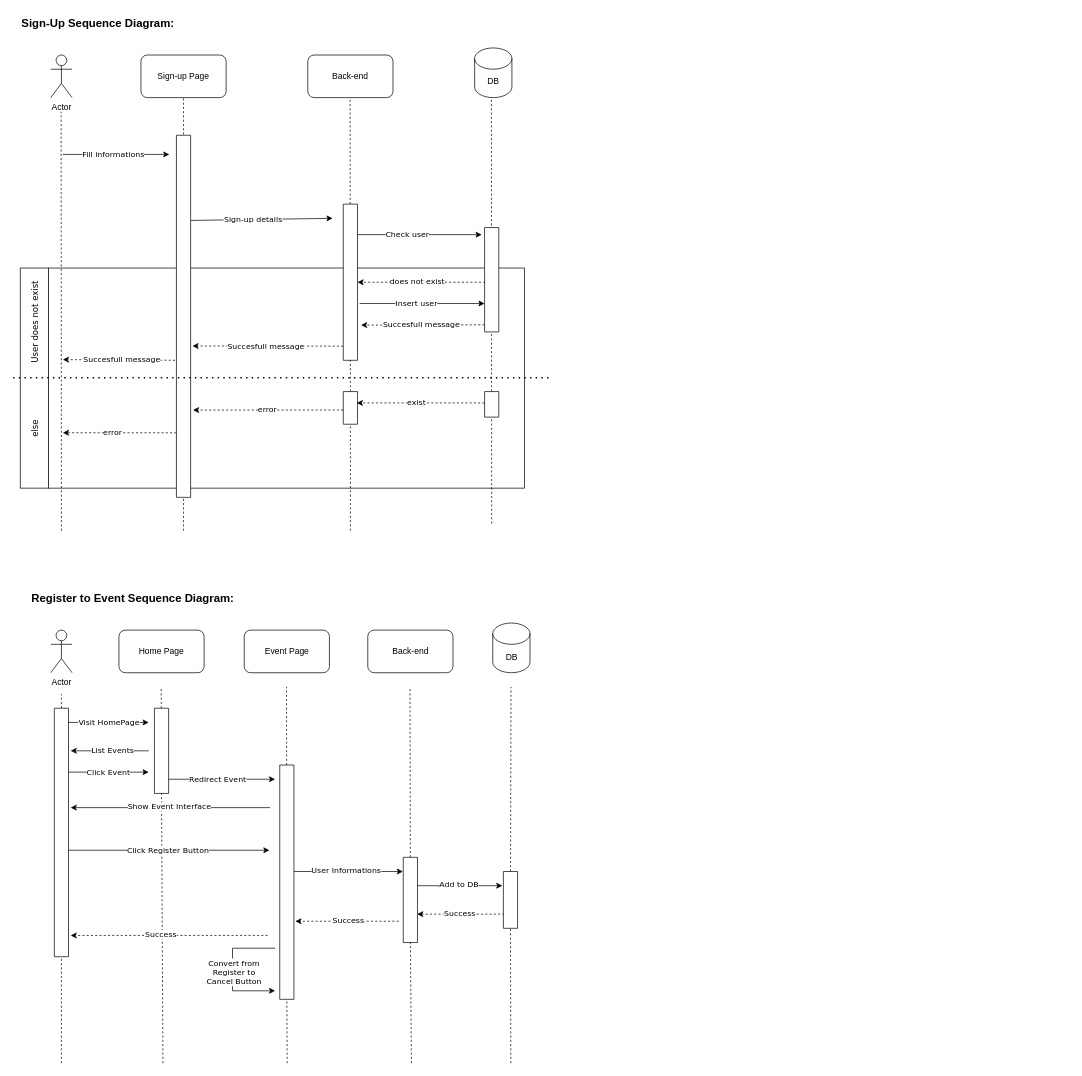
Above: Untitled Diagram.drawio in MustafaKANLI/BildirWebPublic (draw.io), before the change. Source tidied: cells renumbered, new cells numbered last; positions are measured from the earlier drawing's top-left corner, leaving out a move shared by most shapes. Both pictures are drawn from the tidied source at 71%, with x=0, y=0 at pixel (13, 12).
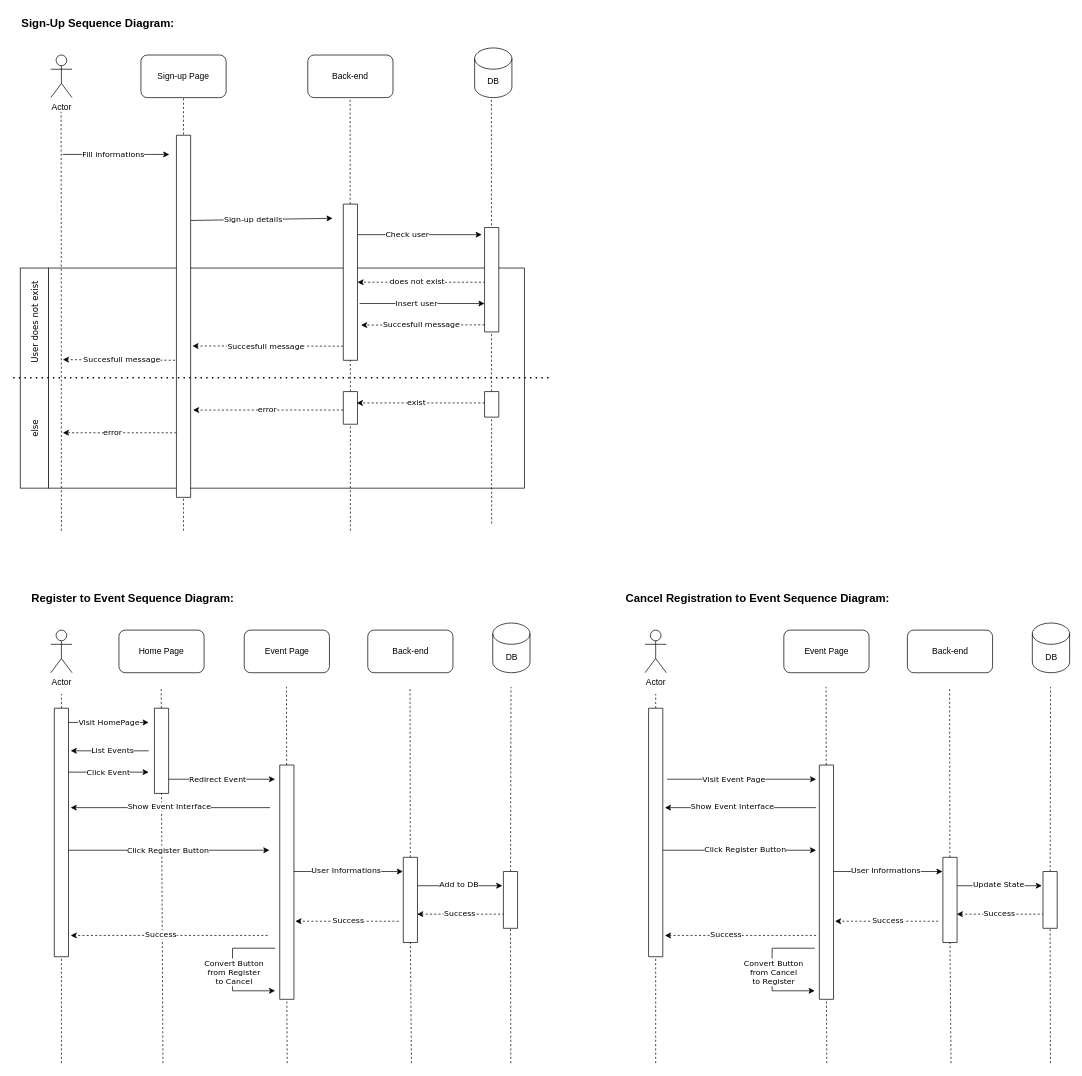
Above is the later version.

Commit message:
Added Cancel Registration to Event Sequence Diagram

Unchanged cells that the change refers to:
```xml
<mxCell id="79" style="endArrow=classic;html=1;rounded=0;fontFamily=Verdana;" parent="1" edge="1">
  <mxGeometry relative="1" as="geometry">
    <mxPoint x="369" y="1318" as="sourcePoint" />
    <mxPoint x="369" y="1378" as="targetPoint" />
    <Array as="points">
      <mxPoint x="309" y="1318" />
      <mxPoint x="309" y="1378" />
    </Array>
  </mxGeometry>
</mxCell>
```

Diff of the diagram source:
```diff
@@
-    <mxCell id="80" value="Convert from&lt;br&gt;Register to&lt;br&gt;Cancel Button" style="edgeLabel;html=1;align=center;verticalAlign=middle;fontFamily=Verdana;" parent="79" vertex="1">
+    <mxCell id="80" value="Convert Button&lt;br&gt;from Register &lt;br&gt;to Cancel" style="edgeLabel;html=1;align=center;verticalAlign=middle;fontFamily=Verdana;" parent="79" vertex="1">
       <mxGeometry x="-0.29" y="1" relative="1" as="geometry">
         <mxPoint y="29" as="offset" />
       </mxGeometry>
     </mxCell>
@@
+    <mxCell id="89" value="Actor" style="shape=umlActor;verticalLabelPosition=bottom;verticalAlign=top;html=1;" parent="1" vertex="1">
+      <mxGeometry x="890" y="870" width="30" height="60" as="geometry" />
+    </mxCell>
+    <mxCell id="90" style="endArrow=none;dashed=1;html=1;rounded=0;fontFamily=Verdana;startArrow=none;" parent="1" edge="1" source="121">
+      <mxGeometry relative="1" as="geometry">
+        <mxPoint x="905" y="960" as="targetPoint" />
+      </mxGeometry>
+    </mxCell>
+    <mxCell id="91" value="Event Page" style="rounded=1;whiteSpace=wrap;html=1;flipH=0;flipV=0;" parent="1" vertex="1">
+      <mxGeometry x="1085.5" y="870" width="120" height="60" as="geometry" />
+    </mxCell>
+    <mxCell id="92" value="Back-end" style="rounded=1;whiteSpace=wrap;html=1;flipH=0;flipV=0;" parent="1" vertex="1">
+      <mxGeometry x="1259.5" y="870" width="120" height="60" as="geometry" />
+    </mxCell>
+    <mxCell id="93" value="DB" style="shape=cylinder3;whiteSpace=wrap;html=1;boundedLbl=1;backgroundOutline=1;size=15;flipH=0;flipV=0;" parent="1" vertex="1">
+      <mxGeometry x="1435.5" y="860" width="52.5" height="70" as="geometry" />
+    </mxCell>
+    <mxCell id="94" style="endArrow=none;dashed=1;html=1;rounded=0;fontFamily=Verdana;entryX=0.5;entryY=1;entryDx=0;entryDy=0;startArrow=none;" parent="1" edge="1" source="105">
+      <mxGeometry relative="1" as="geometry">
+        <mxPoint x="1145" y="950" as="targetPoint" />
+      </mxGeometry>
+    </mxCell>
+    <mxCell id="95" style="endArrow=none;dashed=1;html=1;rounded=0;fontFamily=Verdana;entryX=0.5;entryY=1;entryDx=0;entryDy=0;startArrow=none;" parent="1" edge="1" source="117">
+      <mxGeometry relative="1" as="geometry">
+        <mxPoint x="1319" y="950" as="targetPoint" />
+      </mxGeometry>
+    </mxCell>
+    <mxCell id="96" style="endArrow=none;dashed=1;html=1;rounded=0;fontFamily=Verdana;entryX=0.5;entryY=1;entryDx=0;entryDy=0;startArrow=none;" parent="1" edge="1" source="119">
+      <mxGeometry relative="1" as="geometry">
+        <mxPoint x="1461.2" y="950" as="targetPoint" />
+      </mxGeometry>
+    </mxCell>
+    <mxCell id="97" style="endArrow=classic;html=1;rounded=0;fontFamily=Verdana;" parent="1" edge="1">
+      <mxGeometry relative="1" as="geometry">
+        <mxPoint x="921" y="1080" as="sourcePoint" />
+        <mxPoint x="1131" y="1080" as="targetPoint" />
+      </mxGeometry>
+    </mxCell>
+    <mxCell id="98" value="Visit Event Page" style="edgeLabel;html=1;align=center;verticalAlign=middle;fontFamily=Verdana;" parent="97" vertex="1">
+      <mxGeometry x="-0.29" y="1" relative="1" as="geometry">
+        <mxPoint x="18" as="offset" />
+      </mxGeometry>
+    </mxCell>
+    <mxCell id="99" style="endArrow=classic;html=1;rounded=0;fontFamily=Verdana;" parent="1" edge="1">
+      <mxGeometry relative="1" as="geometry">
+        <mxPoint x="1131" y="1120" as="sourcePoint" />
+        <mxPoint x="918" y="1120" as="targetPoint" />
+      </mxGeometry>
+    </mxCell>
+    <mxCell id="100" value="Show Event Interface" style="edgeLabel;html=1;align=center;verticalAlign=middle;fontFamily=Verdana;" parent="99" vertex="1">
+      <mxGeometry x="-0.29" y="1" relative="1" as="geometry">
+        <mxPoint x="-43" y="-3" as="offset" />
+      </mxGeometry>
+    </mxCell>
+    <mxCell id="101" style="endArrow=classic;html=1;rounded=0;fontFamily=Verdana;" parent="1" edge="1">
+      <mxGeometry relative="1" as="geometry">
+        <mxPoint x="913.5" y="1180" as="sourcePoint" />
+        <mxPoint x="1131" y="1180" as="targetPoint" />
+      </mxGeometry>
+    </mxCell>
+    <mxCell id="102" value="Click Register Button" style="edgeLabel;html=1;align=center;verticalAlign=middle;fontFamily=Verdana;" parent="101" vertex="1">
+      <mxGeometry x="-0.29" y="1" relative="1" as="geometry">
+        <mxPoint x="40" y="-1" as="offset" />
+      </mxGeometry>
+    </mxCell>
+    <mxCell id="103" style="endArrow=classic;html=1;rounded=0;fontFamily=Verdana;" parent="1" edge="1">
+      <mxGeometry relative="1" as="geometry">
+        <mxPoint x="1149.5" y="1210" as="sourcePoint" />
+        <mxPoint x="1309" y="1210" as="targetPoint" />
+      </mxGeometry>
+    </mxCell>
+    <mxCell id="104" value="User Informations" style="edgeLabel;html=1;align=center;verticalAlign=middle;fontFamily=Verdana;" parent="103" vertex="1">
+      <mxGeometry x="-0.29" y="1" relative="1" as="geometry">
+        <mxPoint x="22" y="-1" as="offset" />
+      </mxGeometry>
+    </mxCell>
+    <mxCell id="105" style="verticalLabelPosition=bottom;verticalAlign=top;html=1;shape=mxgraph.basic.rect;fillColor2=none;strokeWidth=1;size=20;indent=5;fontFamily=Verdana;" parent="1" vertex="1">
+      <mxGeometry x="1135.5" y="1060" width="20" height="330" as="geometry" />
+    </mxCell>
+    <mxCell id="106" style="endArrow=none;dashed=1;html=1;rounded=0;fontFamily=Verdana;entryX=0.5;entryY=1;entryDx=0;entryDy=0;" parent="1" edge="1" target="105">
+      <mxGeometry relative="1" as="geometry">
+        <mxPoint x="1146" y="1480" as="sourcePoint" />
+      </mxGeometry>
+    </mxCell>
+    <mxCell id="107" style="endArrow=classic;html=1;rounded=0;fontFamily=Verdana;" parent="1" edge="1">
+      <mxGeometry relative="1" as="geometry">
+        <mxPoint x="1319" y="1230" as="sourcePoint" />
+        <mxPoint x="1449" y="1230" as="targetPoint" />
+      </mxGeometry>
+    </mxCell>
+    <mxCell id="108" value="Update State" style="edgeLabel;html=1;align=center;verticalAlign=middle;fontFamily=Verdana;" parent="107" vertex="1">
+      <mxGeometry x="-0.29" y="1" relative="1" as="geometry">
+        <mxPoint x="22" y="-1" as="offset" />
+      </mxGeometry>
+    </mxCell>
+    <mxCell id="109" style="endArrow=classic;html=1;rounded=0;dashed=1;fontFamily=Verdana;" parent="1" edge="1">
+      <mxGeometry relative="1" as="geometry">
+        <mxPoint x="1452" y="1270" as="sourcePoint" />
+        <mxPoint x="1329" y="1270" as="targetPoint" />
+      </mxGeometry>
+    </mxCell>
+    <mxCell id="110" value="Success" style="edgeLabel;html=1;align=center;verticalAlign=middle;fontFamily=Verdana;" parent="109" vertex="1">
+      <mxGeometry x="-0.29" y="1" relative="1" as="geometry">
+        <mxPoint x="-20" y="-3" as="offset" />
+      </mxGeometry>
+    </mxCell>
+    <mxCell id="111" style="endArrow=classic;html=1;rounded=0;dashed=1;fontFamily=Verdana;" parent="1" edge="1">
+      <mxGeometry relative="1" as="geometry">
+        <mxPoint x="1303" y="1280" as="sourcePoint" />
+        <mxPoint x="1157.5" y="1280" as="targetPoint" />
+      </mxGeometry>
+    </mxCell>
+    <mxCell id="112" value="Success" style="edgeLabel;html=1;align=center;verticalAlign=middle;fontFamily=Verdana;" parent="111" vertex="1">
+      <mxGeometry x="-0.29" y="1" relative="1" as="geometry">
+        <mxPoint x="-20" y="-3" as="offset" />
+      </mxGeometry>
+    </mxCell>
+    <mxCell id="113" style="endArrow=classic;html=1;rounded=0;dashed=1;fontFamily=Verdana;" parent="1" edge="1">
+      <mxGeometry relative="1" as="geometry">
+        <mxPoint x="1131" y="1300" as="sourcePoint" />
+        <mxPoint x="918" y="1300" as="targetPoint" />
+      </mxGeometry>
+    </mxCell>
+    <mxCell id="114" value="Success" style="edgeLabel;html=1;align=center;verticalAlign=middle;fontFamily=Verdana;" parent="113" vertex="1">
+      <mxGeometry x="-0.29" y="1" relative="1" as="geometry">
+        <mxPoint x="-52" y="-3" as="offset" />
+      </mxGeometry>
+    </mxCell>
+    <mxCell id="115" style="endArrow=classic;html=1;rounded=0;fontFamily=Verdana;" parent="1" edge="1">
+      <mxGeometry relative="1" as="geometry">
+        <mxPoint x="1129" y="1318" as="sourcePoint" />
+        <mxPoint x="1129" y="1378" as="targetPoint" />
+        <Array as="points">
+          <mxPoint x="1069" y="1318" />
+          <mxPoint x="1069" y="1378" />
+        </Array>
+      </mxGeometry>
+    </mxCell>
+    <mxCell id="116" value="Convert Button &lt;br&gt;from Cancel &lt;br&gt;to Register" style="edgeLabel;html=1;align=center;verticalAlign=middle;fontFamily=Verdana;" parent="115" vertex="1">
+      <mxGeometry x="-0.29" y="1" relative="1" as="geometry">
+        <mxPoint y="29" as="offset" />
+      </mxGeometry>
+    </mxCell>
+    <mxCell id="117" style="verticalLabelPosition=bottom;verticalAlign=top;html=1;shape=mxgraph.basic.rect;fillColor2=none;strokeWidth=1;size=20;indent=5;fontFamily=Verdana;" parent="1" vertex="1">
+      <mxGeometry x="1309.5" y="1190" width="20" height="120" as="geometry" />
+    </mxCell>
+    <mxCell id="118" style="endArrow=none;dashed=1;html=1;rounded=0;fontFamily=Verdana;entryX=0.5;entryY=1;entryDx=0;entryDy=0;" parent="1" edge="1" target="117">
+      <mxGeometry relative="1" as="geometry">
+        <mxPoint x="1321" y="1480" as="sourcePoint" />
+      </mxGeometry>
+    </mxCell>
+    <mxCell id="119" style="verticalLabelPosition=bottom;verticalAlign=top;html=1;shape=mxgraph.basic.rect;fillColor2=none;strokeWidth=1;size=20;indent=5;fontFamily=Verdana;" parent="1" vertex="1">
+      <mxGeometry x="1450.5" y="1210" width="20" height="80" as="geometry" />
+    </mxCell>
+    <mxCell id="120" style="endArrow=none;dashed=1;html=1;rounded=0;fontFamily=Verdana;entryX=0.5;entryY=1;entryDx=0;entryDy=0;" parent="1" edge="1" target="119">
+      <mxGeometry relative="1" as="geometry">
+        <mxPoint x="1461" y="1480" as="sourcePoint" />
+      </mxGeometry>
+    </mxCell>
+    <mxCell id="121" style="verticalLabelPosition=bottom;verticalAlign=top;html=1;shape=mxgraph.basic.rect;fillColor2=none;strokeWidth=1;size=20;indent=5;fontFamily=Verdana;" parent="1" vertex="1">
+      <mxGeometry x="895" y="980" width="20" height="350" as="geometry" />
+    </mxCell>
+    <mxCell id="122" style="endArrow=none;dashed=1;html=1;rounded=0;fontFamily=Verdana;" parent="1" edge="1" target="121">
+      <mxGeometry relative="1" as="geometry">
+        <mxPoint x="905" y="1480" as="sourcePoint" />
+      </mxGeometry>
+    </mxCell>
+    <mxCell id="123" value="Cancel Registration to Event Sequence Diagram:" style="text;html=1;strokeColor=none;fillColor=none;align=left;verticalAlign=middle;whiteSpace=wrap;rounded=0;fontStyle=1;fontSize=16;" parent="1" vertex="1">
+      <mxGeometry x="861" y="810" width="430" height="30" as="geometry" />
+    </mxCell>
```
